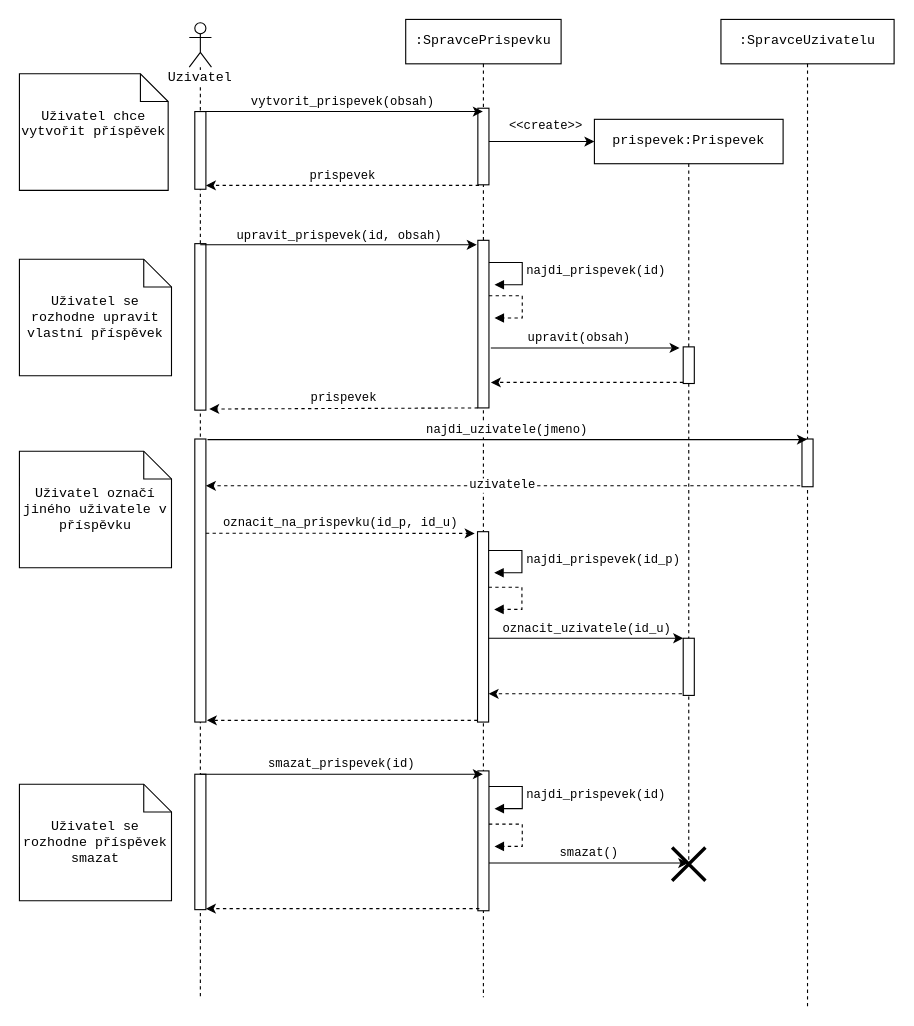
Before: sekvencni.drawio in JakubBlaha/projekt-IUS, a draw.io diagram. Source tidied: cells renumbered, new cells numbered last; positions are measured from the earlier drawing's top-left corner, leaving out a move shared by most shapes. Both pictures are drawn from the tidied source at 111%, with x=0, y=0 at pixel (19, 19).
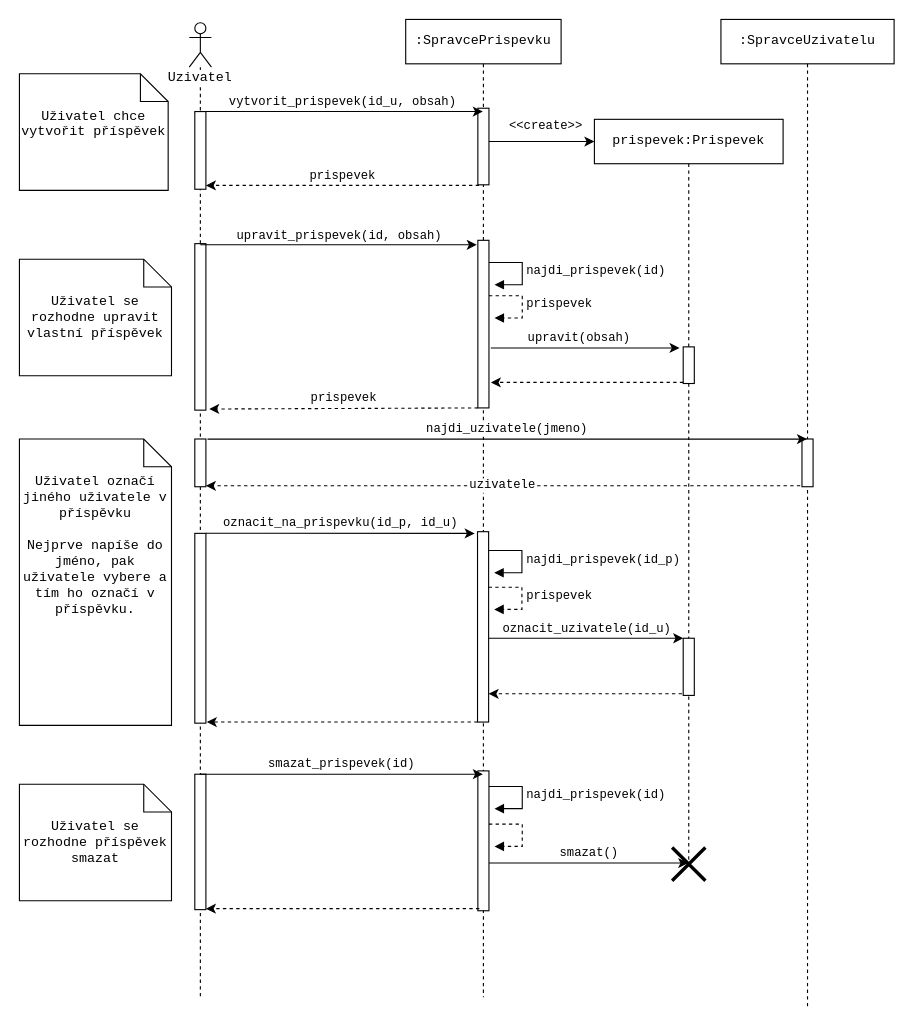
Above is the later version.

Unchanged cells that the change refers to:
```xml
<mxCell id="2" value="Uzivatel" style="shape=umlLifeline;participant=umlActor;perimeter=lifelinePerimeter;whiteSpace=wrap;html=1;verticalAlign=top;spacingTop=36;outlineConnect=0;fillColor=default;fontFamily=Courier New;labelBackgroundColor=default;" parent="1" vertex="1">
  <mxGeometry x="153" y="3" width="20" height="879" as="geometry" />
</mxCell>
<mxCell id="6" value=":SpravcePrispevku" style="shape=umlLifeline;perimeter=lifelinePerimeter;whiteSpace=wrap;html=1;outlineConnect=0;fillColor=default;fontFamily=Courier New;" parent="1" vertex="1">
  <mxGeometry x="348" width="140" height="881" as="geometry" />
</mxCell>
<mxCell id="13" style="html=1;points=[];perimeter=orthogonalPerimeter;labelBackgroundColor=default;fontFamily=Courier New;fillColor=default;" parent="6" vertex="1">
  <mxGeometry x="64.7" y="461.5" width="10" height="171.5" as="geometry" />
</mxCell>
<mxCell id="22" style="edgeStyle=none;rounded=0;jettySize=auto;html=1;endArrow=classic;endFill=1;endSize=6;targetPerimeterSpacing=0;fontFamily=Courier New;" parent="1" edge="1" source="2" target="6">
  <mxGeometry relative="1" as="geometry">
    <Array as="points">
      <mxPoint x="253" y="83" />
    </Array>
  </mxGeometry>
</mxCell>
```

Diff of the diagram source:
```diff
@@
     <mxCell id="5" style="html=1;points=[];perimeter=orthogonalPerimeter;labelBackgroundColor=default;fontFamily=Courier New;fillColor=default;" parent="2" vertex="1">
-      <mxGeometry x="5" y="375" width="10" height="255" as="geometry" />
+      <mxGeometry x="5" y="375" width="10" height="43" as="geometry" />
     </mxCell>
+    <mxCell id="48" style="html=1;points=[];perimeter=orthogonalPerimeter;" parent="2" vertex="1">
+      <mxGeometry x="5" y="460" width="10" height="171" as="geometry" />
+    </mxCell>
@@
-    <mxCell id="12" style="edgeStyle=orthogonalEdgeStyle;html=1;align=left;spacingLeft=2;endArrow=block;rounded=0;entryX=1;entryY=0;fontFamily=Courier New;endSize=6;targetPerimeterSpacing=0;dashed=1;" parent="6" edge="1">
+    <mxCell id="12" value="prispevek" style="edgeStyle=orthogonalEdgeStyle;html=1;align=left;spacingLeft=2;endArrow=block;rounded=0;entryX=1;entryY=0;fontFamily=Courier New;endSize=6;targetPerimeterSpacing=0;dashed=1;" parent="6" edge="1">
       <mxGeometry relative="1" as="geometry">
         <mxPoint x="75" y="249" as="sourcePoint" />
         <mxPoint x="80" y="269" as="targetPoint" />
         <Array as="points">
           <mxPoint x="105" y="249" />
         </Array>
       </mxGeometry>
     </mxCell>
@@
-    <mxCell id="15" style="edgeStyle=orthogonalEdgeStyle;html=1;align=left;spacingLeft=2;endArrow=block;rounded=0;entryX=1;entryY=0;fontFamily=Courier New;endSize=6;targetPerimeterSpacing=0;dashed=1;" parent="6" edge="1">
+    <mxCell id="15" value="prispevek" style="edgeStyle=orthogonalEdgeStyle;html=1;align=left;spacingLeft=2;endArrow=block;rounded=0;entryX=1;entryY=0;fontFamily=Courier New;endSize=6;targetPerimeterSpacing=0;dashed=1;" parent="6" edge="1">
       <mxGeometry relative="1" as="geometry">
         <mxPoint x="74.7" y="511.5" as="sourcePoint" />
         <mxPoint x="79.7" y="531.5" as="targetPoint" />
         <Array as="points">
           <mxPoint x="104.7" y="511.5" />
         </Array>
       </mxGeometry>
     </mxCell>
@@
-    <mxCell id="23" value="vytvorit_prispevek(obsah)" style="edgeLabel;html=1;align=center;verticalAlign=bottom;fontFamily=Courier New;" parent="22" vertex="1">
+    <mxCell id="23" value="vytvorit_prispevek(id_u, obsah)" style="edgeLabel;html=1;align=center;verticalAlign=bottom;fontFamily=Courier New;" parent="22" vertex="1">
       <mxGeometry relative="1" as="geometry" />
     </mxCell>
@@
-    <mxCell id="41" value="Uživatel označí jiného uživatele v příspěvku" style="shape=note2;boundedLbl=1;whiteSpace=wrap;html=1;size=25;verticalAlign=top;align=center;labelBackgroundColor=default;fontFamily=Courier New;fillColor=default;" parent="1" vertex="1">
-      <mxGeometry y="389" width="137" height="105" as="geometry" />
+    <mxCell id="41" value="Uživatel označí jiného uživatele v příspěvku&lt;br&gt;&lt;br&gt;Nejprve napíše do&lt;br&gt;jméno, pak uživatele vybere a tím ho označí v příspěvku." style="shape=note2;boundedLbl=1;whiteSpace=wrap;html=1;size=25;verticalAlign=top;align=center;labelBackgroundColor=default;fontFamily=Courier New;fillColor=default;" parent="1" vertex="1">
+      <mxGeometry y="378" width="137" height="258" as="geometry" />
     </mxCell>
@@
-    <mxCell id="44" value="oznacit_na_prispevku(id_p, id_u)" style="edgeStyle=none;rounded=0;jettySize=auto;html=1;entryX=-0.257;entryY=0.009;entryDx=0;entryDy=0;entryPerimeter=0;dashed=1;fontFamily=Courier New;endArrow=classic;endFill=1;endSize=6;targetPerimeterSpacing=0;verticalAlign=bottom;" parent="1" edge="1" target="13">
+    <mxCell id="44" value="oznacit_na_prispevku(id_p, id_u)" style="edgeStyle=none;rounded=0;jettySize=auto;html=1;entryX=-0.257;entryY=0.009;entryDx=0;entryDy=0;entryPerimeter=0;fontFamily=Courier New;endArrow=classic;endFill=1;endSize=6;targetPerimeterSpacing=0;verticalAlign=bottom;" parent="1" edge="1" target="13">
       <mxGeometry relative="1" as="geometry">
         <mxPoint x="168" y="462.9" as="sourcePoint" />
       </mxGeometry>
     </mxCell>
@@
-    <mxCell id="47" style="edgeStyle=none;rounded=0;jettySize=auto;html=1;dashed=1;fontFamily=Courier New;endArrow=classic;endFill=1;endSize=6;targetPerimeterSpacing=0;entryX=1.086;entryY=0.994;entryDx=0;entryDy=0;entryPerimeter=0;" parent="1" edge="1" source="13" target="5">
+    <mxCell id="47" style="edgeStyle=none;rounded=0;jettySize=auto;html=1;dashed=1;fontFamily=Courier New;endArrow=classic;endFill=1;endSize=6;targetPerimeterSpacing=0;entryX=1.08;entryY=0.994;entryDx=0;entryDy=0;entryPerimeter=0;" parent="1" edge="1" source="13" target="48">
       <mxGeometry relative="1" as="geometry" />
     </mxCell>
```
